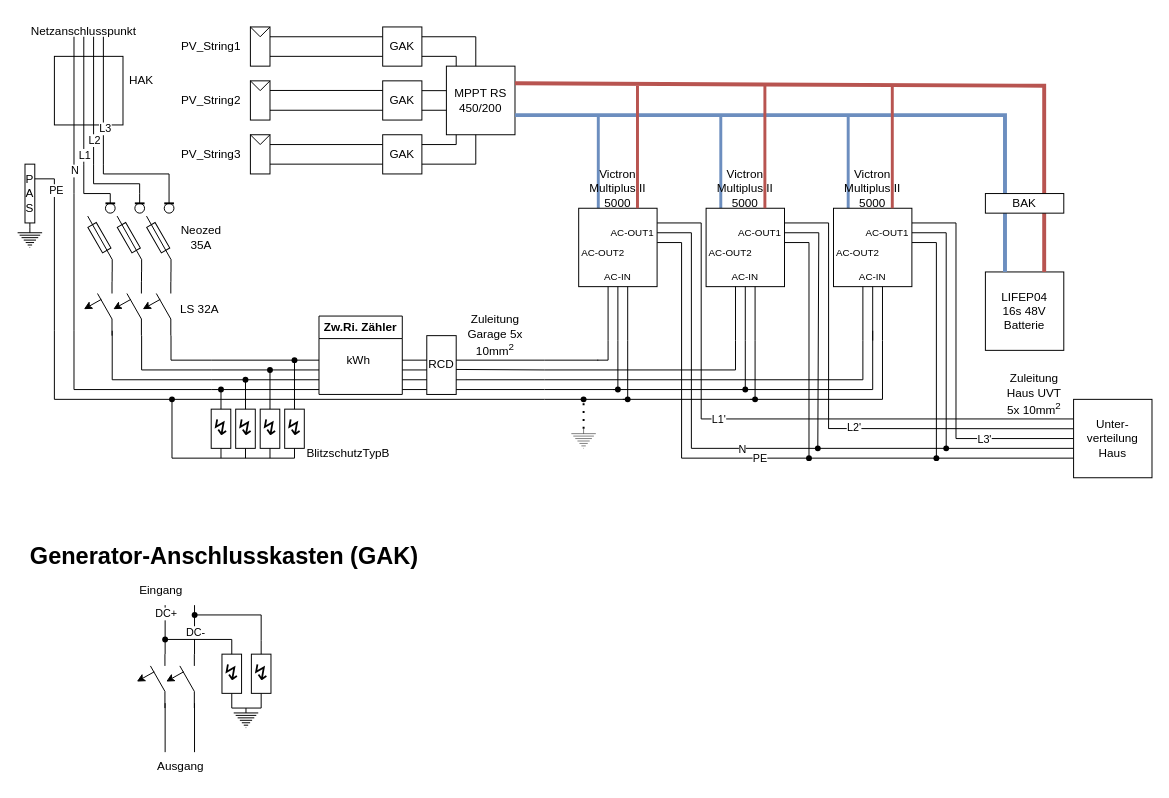
Above: PV_Schaltplan.drawio in Lostqw1/Funfun (draw.io), before the change. Source tidied: cells renumbered, new cells numbered last; positions are measured from the earlier drawing's top-left corner, leaving out a move shared by most shapes. Both pictures are drawn from the tidied source at 98%, with x=0, y=0 at pixel (17, 17).
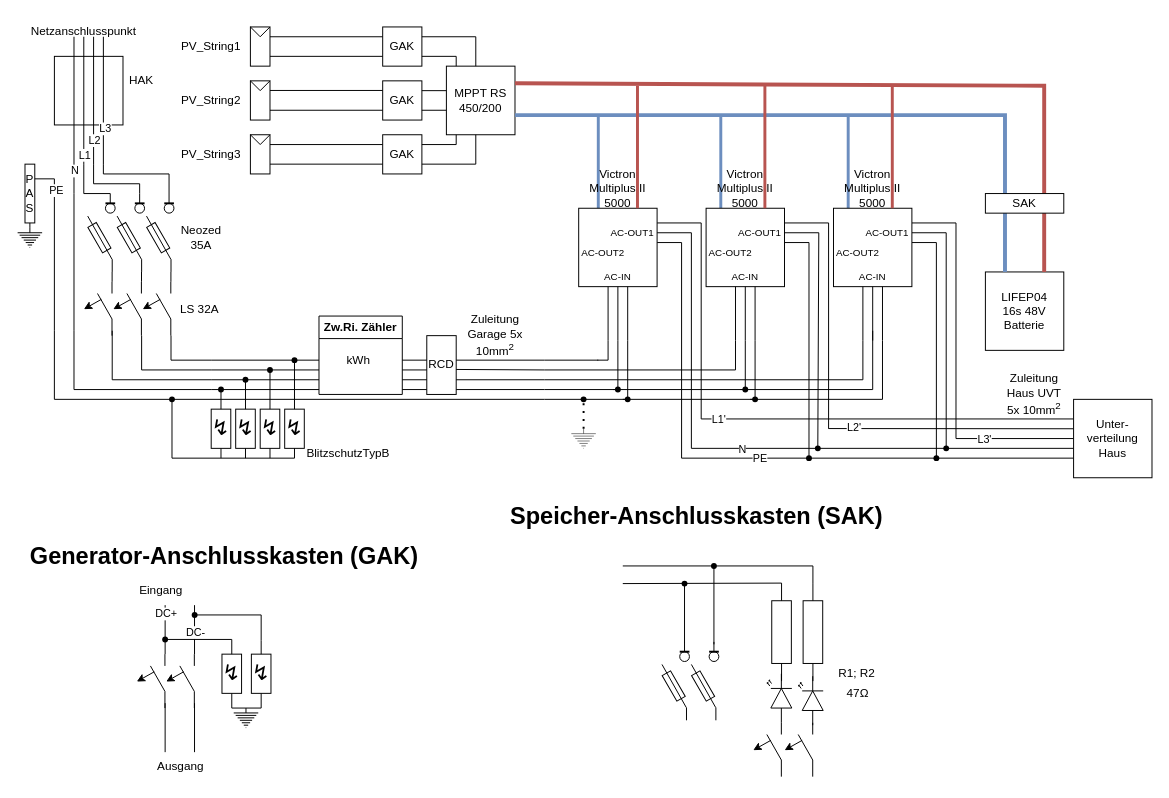
Above is the later version.

Change to the diagram source:
```diff
@@
-    <mxCell id="15" style="endArrow=none;html=1;rounded=0;" parent="1" edge="1">
-      <mxGeometry relative="1" as="geometry">
-        <mxPoint x="125" y="180" as="sourcePoint" />
-        <mxPoint x="125" y="190" as="targetPoint" />
-      </mxGeometry>
-    </mxCell>
-    <mxCell id="16" style="endArrow=none;html=1;rounded=0;" parent="1" edge="1">
-      <mxGeometry relative="1" as="geometry">
-        <mxPoint x="95" y="180" as="sourcePoint" />
-        <mxPoint x="95" y="190" as="targetPoint" />
-      </mxGeometry>
-    </mxCell>
-    <mxCell id="17" style="group;" parent="1" vertex="1">
-      <mxGeometry x="72" y="190" width="28" height="70" as="geometry" />
-    </mxCell>
-    <mxCell id="18" style="verticalLabelPosition=bottom;shadow=0;dashed=0;align=center;html=1;verticalAlign=top;strokeWidth=1;shape=ellipse;perimeter=ellipsePerimeter;" parent="17" vertex="1">
-      <mxGeometry x="18.1" width="9.9" height="10" as="geometry" />
-    </mxCell>
-    <mxCell id="19" style="endArrow=none;html=1;rounded=0;strokeWidth=2;" parent="17" edge="1">
-      <mxGeometry relative="1" as="geometry">
-        <mxPoint x="18.1" as="sourcePoint" />
-        <mxPoint x="28" as="targetPoint" />
-      </mxGeometry>
-    </mxCell>
-    <mxCell id="20" style="endArrow=none;html=1;rounded=0;" parent="17" edge="1">
-      <mxGeometry relative="1" as="geometry">
-        <mxPoint x="25" y="70" as="sourcePoint" />
-        <mxPoint x="25" y="57" as="targetPoint" />
-      </mxGeometry>
-    </mxCell>
-    <mxCell id="21" style="rounded=0;whiteSpace=wrap;html=1;rotation=-30;" parent="17" vertex="1">
-      <mxGeometry x="7" y="20" width="9.9" height="30" as="geometry" />
-    </mxCell>
-    <mxCell id="22" style="endArrow=none;html=1;rounded=0;" parent="17" edge="1">
-      <mxGeometry relative="1" as="geometry">
-        <mxPoint x="24.8" y="57" as="sourcePoint" />
-        <mxPoint y="13" as="targetPoint" />
-      </mxGeometry>
-    </mxCell>
-    <mxCell id="23" style="group;" parent="1" vertex="1">
-      <mxGeometry x="102" y="190" width="28" height="70" as="geometry" />
-    </mxCell>
-    <mxCell id="24" style="verticalLabelPosition=bottom;shadow=0;dashed=0;align=center;html=1;verticalAlign=top;strokeWidth=1;shape=ellipse;perimeter=ellipsePerimeter;" parent="23" vertex="1">
-      <mxGeometry x="18.1" width="9.9" height="10" as="geometry" />
-    </mxCell>
-    <mxCell id="25" style="endArrow=none;html=1;rounded=0;strokeWidth=2;" parent="23" edge="1">
-      <mxGeometry relative="1" as="geometry">
-        <mxPoint x="18.1" as="sourcePoint" />
-        <mxPoint x="28" as="targetPoint" />
-      </mxGeometry>
-    </mxCell>
-    <mxCell id="26" style="endArrow=none;html=1;rounded=0;" parent="23" edge="1">
-      <mxGeometry relative="1" as="geometry">
-        <mxPoint x="25" y="70" as="sourcePoint" />
-        <mxPoint x="25" y="57" as="targetPoint" />
-      </mxGeometry>
-    </mxCell>
-    <mxCell id="27" style="rounded=0;whiteSpace=wrap;html=1;rotation=-30;" parent="23" vertex="1">
-      <mxGeometry x="7" y="20" width="9.9" height="30" as="geometry" />
-    </mxCell>
-    <mxCell id="28" style="endArrow=none;html=1;rounded=0;" parent="23" edge="1">
-      <mxGeometry relative="1" as="geometry">
-        <mxPoint x="24.8" y="57" as="sourcePoint" />
-        <mxPoint y="13" as="targetPoint" />
-      </mxGeometry>
-    </mxCell>
-    <mxCell id="29" style="group;" parent="1" vertex="1">
-      <mxGeometry x="132" y="190" width="28" height="70" as="geometry" />
-    </mxCell>
-    <mxCell id="30" style="verticalLabelPosition=bottom;shadow=0;dashed=0;align=center;html=1;verticalAlign=top;strokeWidth=1;shape=ellipse;perimeter=ellipsePerimeter;" parent="29" vertex="1">
-      <mxGeometry x="18.1" width="9.9" height="10" as="geometry" />
-    </mxCell>
-    <mxCell id="31" style="endArrow=none;html=1;rounded=0;strokeWidth=2;" parent="29" edge="1">
-      <mxGeometry relative="1" as="geometry">
-        <mxPoint x="18.1" as="sourcePoint" />
-        <mxPoint x="28" as="targetPoint" />
-      </mxGeometry>
-    </mxCell>
-    <mxCell id="32" style="endArrow=none;html=1;rounded=0;" parent="29" edge="1">
-      <mxGeometry relative="1" as="geometry">
-        <mxPoint x="25" y="70" as="sourcePoint" />
-        <mxPoint x="25" y="57" as="targetPoint" />
-      </mxGeometry>
-    </mxCell>
-    <mxCell id="33" style="rounded=0;whiteSpace=wrap;html=1;rotation=-30;" parent="29" vertex="1">
-      <mxGeometry x="7" y="20" width="9.9" height="30" as="geometry" />
-    </mxCell>
-    <mxCell id="34" style="endArrow=none;html=1;rounded=0;" parent="29" edge="1">
-      <mxGeometry relative="1" as="geometry">
-        <mxPoint x="24.8" y="57" as="sourcePoint" />
-        <mxPoint y="13" as="targetPoint" />
-      </mxGeometry>
-    </mxCell>
@@
-    <mxCell id="219" value="BAK" style="rounded=0;whiteSpace=wrap;html=1;" parent="1" vertex="1">
+    <mxCell id="219" value="SAK" style="rounded=0;whiteSpace=wrap;html=1;" parent="1" vertex="1">
       <mxGeometry x="988" y="180" width="80" height="20" as="geometry" />
     </mxCell>
@@
+    <mxCell id="259" value="Speicher-Anschlusskasten (SAK)" style="text;strokeColor=none;fillColor=none;html=1;fontSize=24;fontStyle=1;verticalAlign=middle;align=center;" parent="1" vertex="1">
+      <mxGeometry x="643" y="490" width="100" height="40" as="geometry" />
+    </mxCell>
+    <mxCell id="260" style="group;" parent="1" vertex="1">
+      <mxGeometry x="72" y="180" width="88" height="80" as="geometry" />
+    </mxCell>
+    <mxCell id="15" style="endArrow=none;html=1;rounded=0;" parent="260" edge="1">
+      <mxGeometry relative="1" as="geometry">
+        <mxPoint x="53" as="sourcePoint" />
+        <mxPoint x="53" y="10" as="targetPoint" />
+      </mxGeometry>
+    </mxCell>
+    <mxCell id="16" style="endArrow=none;html=1;rounded=0;" parent="260" edge="1">
+      <mxGeometry relative="1" as="geometry">
+        <mxPoint x="23" as="sourcePoint" />
+        <mxPoint x="23" y="10" as="targetPoint" />
+      </mxGeometry>
+    </mxCell>
+    <mxCell id="17" style="group;" parent="260" vertex="1">
+      <mxGeometry y="10" width="28" height="70" as="geometry" />
+    </mxCell>
+    <mxCell id="18" style="verticalLabelPosition=bottom;shadow=0;dashed=0;align=center;html=1;verticalAlign=top;strokeWidth=1;shape=ellipse;perimeter=ellipsePerimeter;" parent="17" vertex="1">
+      <mxGeometry x="18.1" width="9.9" height="10" as="geometry" />
+    </mxCell>
+    <mxCell id="19" style="endArrow=none;html=1;rounded=0;strokeWidth=2;" parent="17" edge="1">
+      <mxGeometry relative="1" as="geometry">
+        <mxPoint x="18.1" as="sourcePoint" />
+        <mxPoint x="28" as="targetPoint" />
+      </mxGeometry>
+    </mxCell>
+    <mxCell id="20" style="endArrow=none;html=1;rounded=0;" parent="17" edge="1">
+      <mxGeometry relative="1" as="geometry">
+        <mxPoint x="25" y="70" as="sourcePoint" />
+        <mxPoint x="25" y="57" as="targetPoint" />
+      </mxGeometry>
+    </mxCell>
+    <mxCell id="21" style="rounded=0;whiteSpace=wrap;html=1;rotation=-30;" parent="17" vertex="1">
+      <mxGeometry x="7" y="20" width="9.9" height="30" as="geometry" />
+    </mxCell>
+    <mxCell id="22" style="endArrow=none;html=1;rounded=0;" parent="17" edge="1">
+      <mxGeometry relative="1" as="geometry">
+        <mxPoint x="24.8" y="57" as="sourcePoint" />
+        <mxPoint y="13" as="targetPoint" />
+      </mxGeometry>
+    </mxCell>
+    <mxCell id="23" style="group;" parent="260" vertex="1">
+      <mxGeometry x="30" y="10" width="28" height="70" as="geometry" />
+    </mxCell>
+    <mxCell id="24" style="verticalLabelPosition=bottom;shadow=0;dashed=0;align=center;html=1;verticalAlign=top;strokeWidth=1;shape=ellipse;perimeter=ellipsePerimeter;" parent="23" vertex="1">
+      <mxGeometry x="18.1" width="9.9" height="10" as="geometry" />
+    </mxCell>
+    <mxCell id="25" style="endArrow=none;html=1;rounded=0;strokeWidth=2;" parent="23" edge="1">
+      <mxGeometry relative="1" as="geometry">
+        <mxPoint x="18.1" as="sourcePoint" />
+        <mxPoint x="28" as="targetPoint" />
+      </mxGeometry>
+    </mxCell>
+    <mxCell id="26" style="endArrow=none;html=1;rounded=0;" parent="23" edge="1">
+      <mxGeometry relative="1" as="geometry">
+        <mxPoint x="25" y="70" as="sourcePoint" />
+        <mxPoint x="25" y="57" as="targetPoint" />
+      </mxGeometry>
+    </mxCell>
+    <mxCell id="27" style="rounded=0;whiteSpace=wrap;html=1;rotation=-30;" parent="23" vertex="1">
+      <mxGeometry x="7" y="20" width="9.9" height="30" as="geometry" />
+    </mxCell>
+    <mxCell id="28" style="endArrow=none;html=1;rounded=0;" parent="23" edge="1">
+      <mxGeometry relative="1" as="geometry">
+        <mxPoint x="24.8" y="57" as="sourcePoint" />
+        <mxPoint y="13" as="targetPoint" />
+      </mxGeometry>
+    </mxCell>
+    <mxCell id="29" style="group;" parent="260" vertex="1">
+      <mxGeometry x="60" y="10" width="28" height="70" as="geometry" />
+    </mxCell>
+    <mxCell id="30" style="verticalLabelPosition=bottom;shadow=0;dashed=0;align=center;html=1;verticalAlign=top;strokeWidth=1;shape=ellipse;perimeter=ellipsePerimeter;" parent="29" vertex="1">
+      <mxGeometry x="18.1" width="9.9" height="10" as="geometry" />
+    </mxCell>
+    <mxCell id="31" style="endArrow=none;html=1;rounded=0;strokeWidth=2;" parent="29" edge="1">
+      <mxGeometry relative="1" as="geometry">
+        <mxPoint x="18.1" as="sourcePoint" />
+        <mxPoint x="28" as="targetPoint" />
+      </mxGeometry>
+    </mxCell>
+    <mxCell id="32" style="endArrow=none;html=1;rounded=0;" parent="29" edge="1">
+      <mxGeometry relative="1" as="geometry">
+        <mxPoint x="25" y="70" as="sourcePoint" />
+        <mxPoint x="25" y="57" as="targetPoint" />
+      </mxGeometry>
+    </mxCell>
+    <mxCell id="33" style="rounded=0;whiteSpace=wrap;html=1;rotation=-30;" parent="29" vertex="1">
+      <mxGeometry x="7" y="20" width="9.9" height="30" as="geometry" />
+    </mxCell>
+    <mxCell id="34" style="endArrow=none;html=1;rounded=0;" parent="29" edge="1">
+      <mxGeometry relative="1" as="geometry">
+        <mxPoint x="24.8" y="57" as="sourcePoint" />
+        <mxPoint y="13" as="targetPoint" />
+      </mxGeometry>
+    </mxCell>
+    <mxCell id="261" style="group;" parent="1" vertex="1">
+      <mxGeometry x="658" y="637.5" width="58" height="80" as="geometry" />
+    </mxCell>
+    <mxCell id="262" style="endArrow=none;html=1;rounded=0;" parent="261" edge="1">
+      <mxGeometry relative="1" as="geometry">
+        <mxPoint x="53" as="sourcePoint" />
+        <mxPoint x="53" y="10" as="targetPoint" />
+      </mxGeometry>
+    </mxCell>
+    <mxCell id="263" style="endArrow=none;html=1;rounded=0;" parent="261" edge="1">
+      <mxGeometry relative="1" as="geometry">
+        <mxPoint x="23" as="sourcePoint" />
+        <mxPoint x="23" y="10" as="targetPoint" />
+      </mxGeometry>
+    </mxCell>
+    <mxCell id="264" style="group;" parent="261" vertex="1">
+      <mxGeometry y="10" width="28" height="70" as="geometry" />
+    </mxCell>
+    <mxCell id="265" style="verticalLabelPosition=bottom;shadow=0;dashed=0;align=center;html=1;verticalAlign=top;strokeWidth=1;shape=ellipse;perimeter=ellipsePerimeter;" parent="264" vertex="1">
+      <mxGeometry x="18.1" width="9.9" height="10" as="geometry" />
+    </mxCell>
+    <mxCell id="266" style="endArrow=none;html=1;rounded=0;strokeWidth=2;" parent="264" edge="1">
+      <mxGeometry relative="1" as="geometry">
+        <mxPoint x="18.1" as="sourcePoint" />
+        <mxPoint x="28" as="targetPoint" />
+      </mxGeometry>
+    </mxCell>
+    <mxCell id="267" style="endArrow=none;html=1;rounded=0;" parent="264" edge="1">
+      <mxGeometry relative="1" as="geometry">
+        <mxPoint x="25" y="70" as="sourcePoint" />
+        <mxPoint x="25" y="57" as="targetPoint" />
+      </mxGeometry>
+    </mxCell>
+    <mxCell id="268" style="rounded=0;whiteSpace=wrap;html=1;rotation=-30;" parent="264" vertex="1">
+      <mxGeometry x="7" y="20" width="9.9" height="30" as="geometry" />
+    </mxCell>
+    <mxCell id="269" style="endArrow=none;html=1;rounded=0;" parent="264" edge="1">
+      <mxGeometry relative="1" as="geometry">
+        <mxPoint x="24.8" y="57" as="sourcePoint" />
+        <mxPoint y="13" as="targetPoint" />
+      </mxGeometry>
+    </mxCell>
+    <mxCell id="270" style="group;" parent="261" vertex="1">
+      <mxGeometry x="30" y="10" width="28" height="70" as="geometry" />
+    </mxCell>
+    <mxCell id="271" style="verticalLabelPosition=bottom;shadow=0;dashed=0;align=center;html=1;verticalAlign=top;strokeWidth=1;shape=ellipse;perimeter=ellipsePerimeter;" parent="270" vertex="1">
+      <mxGeometry x="18.1" width="9.9" height="10" as="geometry" />
+    </mxCell>
+    <mxCell id="272" style="endArrow=none;html=1;rounded=0;strokeWidth=2;" parent="270" edge="1">
+      <mxGeometry relative="1" as="geometry">
+        <mxPoint x="18.1" as="sourcePoint" />
+        <mxPoint x="28" as="targetPoint" />
+      </mxGeometry>
+    </mxCell>
+    <mxCell id="273" style="endArrow=none;html=1;rounded=0;" parent="270" edge="1">
+      <mxGeometry relative="1" as="geometry">
+        <mxPoint x="25" y="70" as="sourcePoint" />
+        <mxPoint x="25" y="57" as="targetPoint" />
+      </mxGeometry>
+    </mxCell>
+    <mxCell id="274" style="rounded=0;whiteSpace=wrap;html=1;rotation=-30;" parent="270" vertex="1">
+      <mxGeometry x="7" y="20" width="9.9" height="30" as="geometry" />
+    </mxCell>
+    <mxCell id="275" style="endArrow=none;html=1;rounded=0;" parent="270" edge="1">
+      <mxGeometry relative="1" as="geometry">
+        <mxPoint x="24.8" y="57" as="sourcePoint" />
+        <mxPoint y="13" as="targetPoint" />
+      </mxGeometry>
+    </mxCell>
+    <mxCell id="276" style="verticalLabelPosition=bottom;shadow=0;dashed=0;align=center;html=1;verticalAlign=top;shape=mxgraph.electrical.resistors.resistor_1;rotation=90;" parent="1" vertex="1">
+      <mxGeometry x="730" y="617.5" width="100" height="20" as="geometry" />
+    </mxCell>
+    <mxCell id="277" style="group;" parent="1" vertex="1">
+      <mxGeometry x="748" y="720" width="64" height="55" as="geometry" />
+    </mxCell>
+    <mxCell id="278" style="group;" parent="277" vertex="1">
+      <mxGeometry width="32" height="55" as="geometry" />
+    </mxCell>
+    <mxCell id="279" style="group;rotation=-30;" parent="278" vertex="1">
+      <mxGeometry x="6.1" y="15" width="19.8" height="30" as="geometry" />
+    </mxCell>
+    <mxCell id="280" style="endArrow=none;html=1;rounded=0;" parent="279" edge="1">
+      <mxGeometry relative="1" as="geometry">
+        <mxPoint x="25.7" y="23" as="sourcePoint" />
+        <mxPoint x="10.9" y="-3" as="targetPoint" />
+      </mxGeometry>
+    </mxCell>
+    <mxCell id="281" style="endArrow=classic;html=1;rounded=0;" parent="279" edge="1">
+      <mxGeometry relative="1" as="geometry">
+        <mxPoint x="14.9" y="3" as="sourcePoint" />
+        <mxPoint x="-3" y="13" as="targetPoint" />
+      </mxGeometry>
+    </mxCell>
+    <mxCell id="282" style="endArrow=none;html=1;rounded=0;" parent="278" edge="1">
+      <mxGeometry relative="1" as="geometry">
+        <mxPoint x="31.8" y="38" as="sourcePoint" />
+        <mxPoint x="31.8" y="55" as="targetPoint" />
+      </mxGeometry>
+    </mxCell>
+    <mxCell id="283" style="endArrow=none;html=1;rounded=0;" parent="278" edge="1">
+      <mxGeometry relative="1" as="geometry">
+        <mxPoint x="31.8" y="12" as="sourcePoint" />
+        <mxPoint x="31.8" as="targetPoint" />
+      </mxGeometry>
+    </mxCell>
+    <mxCell id="284" style="group;" parent="277" vertex="1">
+      <mxGeometry x="32" width="32" height="55" as="geometry" />
+    </mxCell>
+    <mxCell id="285" style="group;rotation=-30;" parent="284" vertex="1">
+      <mxGeometry x="6.1" y="15" width="19.8" height="30" as="geometry" />
+    </mxCell>
+    <mxCell id="286" style="endArrow=none;html=1;rounded=0;" parent="285" edge="1">
+      <mxGeometry relative="1" as="geometry">
+        <mxPoint x="25.7" y="23" as="sourcePoint" />
+        <mxPoint x="10.9" y="-3" as="targetPoint" />
+      </mxGeometry>
+    </mxCell>
+    <mxCell id="287" style="endArrow=classic;html=1;rounded=0;" parent="285" edge="1">
+      <mxGeometry relative="1" as="geometry">
+        <mxPoint x="14.9" y="3" as="sourcePoint" />
+        <mxPoint x="-3" y="13" as="targetPoint" />
+      </mxGeometry>
+    </mxCell>
+    <mxCell id="288" style="endArrow=none;html=1;rounded=0;" parent="284" edge="1">
+      <mxGeometry relative="1" as="geometry">
+        <mxPoint x="31.8" y="38" as="sourcePoint" />
+        <mxPoint x="31.8" y="55" as="targetPoint" />
+      </mxGeometry>
+    </mxCell>
+    <mxCell id="289" style="endArrow=none;html=1;rounded=0;" parent="284" edge="1">
+      <mxGeometry relative="1" as="geometry">
+        <mxPoint x="31.8" y="12" as="sourcePoint" />
+        <mxPoint x="31.8" as="targetPoint" />
+      </mxGeometry>
+    </mxCell>
+    <mxCell id="290" style="verticalLabelPosition=bottom;shadow=0;dashed=0;align=center;html=1;verticalAlign=top;shape=mxgraph.electrical.resistors.resistor_1;rotation=90;" parent="1" vertex="1">
+      <mxGeometry x="762" y="617.5" width="100" height="20" as="geometry" />
+    </mxCell>
+    <mxCell id="291" value="R1; R2" style="text;html=1;strokeColor=none;fillColor=none;align=center;verticalAlign=middle;whiteSpace=wrap;rounded=0;" parent="1" vertex="1">
+      <mxGeometry x="827" y="655" width="60" height="30" as="geometry" />
+    </mxCell>
+    <mxCell id="292" value="47Ω" style="text;html=1;strokeColor=none;fillColor=none;align=center;verticalAlign=middle;whiteSpace=wrap;rounded=0;" parent="1" vertex="1">
+      <mxGeometry x="828" y="675" width="60" height="30" as="geometry" />
+    </mxCell>
+    <mxCell id="293" style="verticalLabelPosition=bottom;shadow=0;dashed=0;align=center;html=1;verticalAlign=top;shape=mxgraph.electrical.opto_electronics.led_2;rotation=-90;" parent="1" vertex="1">
+      <mxGeometry x="753" y="682.5" width="50" height="25" as="geometry" />
+    </mxCell>
+    <mxCell id="294" style="verticalLabelPosition=bottom;shadow=0;dashed=0;align=center;html=1;verticalAlign=top;shape=mxgraph.electrical.opto_electronics.led_2;rotation=-90;" parent="1" vertex="1">
+      <mxGeometry x="785" y="685" width="50" height="25" as="geometry" />
+    </mxCell>
+    <mxCell id="295" style="endArrow=none;html=1;rounded=0;entryX=0;entryY=0.5;entryDx=0;entryDy=0;entryPerimeter=0;" parent="1" edge="1" target="276">
+      <mxGeometry relative="1" as="geometry">
+        <mxPoint x="618" y="578" as="sourcePoint" />
+      </mxGeometry>
+    </mxCell>
+    <mxCell id="296" style="endArrow=none;html=1;rounded=0;startArrow=none;" parent="1" edge="1" source="298">
+      <mxGeometry relative="1" as="geometry">
+        <mxPoint x="681" y="578" as="targetPoint" />
+      </mxGeometry>
+    </mxCell>
+    <mxCell id="297" style="endArrow=none;html=1;rounded=0;" parent="1" edge="1" target="298">
+      <mxGeometry relative="1" as="geometry">
+        <mxPoint x="681" y="638" as="sourcePoint" />
+      </mxGeometry>
+    </mxCell>
+    <mxCell id="298" style="shape=waypoint;sketch=0;fillStyle=solid;size=6;points=[];fillColor=none;perimeter=centerPerimeter;snapToPoint=1;" parent="1" vertex="1">
+      <mxGeometry x="671" y="568" width="20" height="20" as="geometry" />
+    </mxCell>
+    <mxCell id="299" style="endArrow=none;html=1;rounded=0;entryX=0;entryY=0.5;entryDx=0;entryDy=0;entryPerimeter=0;" parent="1" edge="1" target="290">
+      <mxGeometry relative="1" as="geometry">
+        <mxPoint x="618" y="560" as="sourcePoint" />
+        <Array as="points">
+          <mxPoint x="812" y="560" />
+        </Array>
+      </mxGeometry>
+    </mxCell>
+    <mxCell id="300" style="endArrow=none;html=1;rounded=0;startArrow=none;" parent="1" edge="1" source="302">
+      <mxGeometry relative="1" as="geometry">
+        <mxPoint x="711" y="560" as="targetPoint" />
+      </mxGeometry>
+    </mxCell>
+    <mxCell id="301" style="endArrow=none;html=1;rounded=0;" parent="1" edge="1" target="302">
+      <mxGeometry relative="1" as="geometry">
+        <mxPoint x="711" y="640" as="sourcePoint" />
+      </mxGeometry>
+    </mxCell>
+    <mxCell id="302" style="shape=waypoint;sketch=0;fillStyle=solid;size=6;points=[];fillColor=none;perimeter=centerPerimeter;snapToPoint=1;" parent="1" vertex="1">
+      <mxGeometry x="701" y="550" width="20" height="20" as="geometry" />
+    </mxCell>
```
